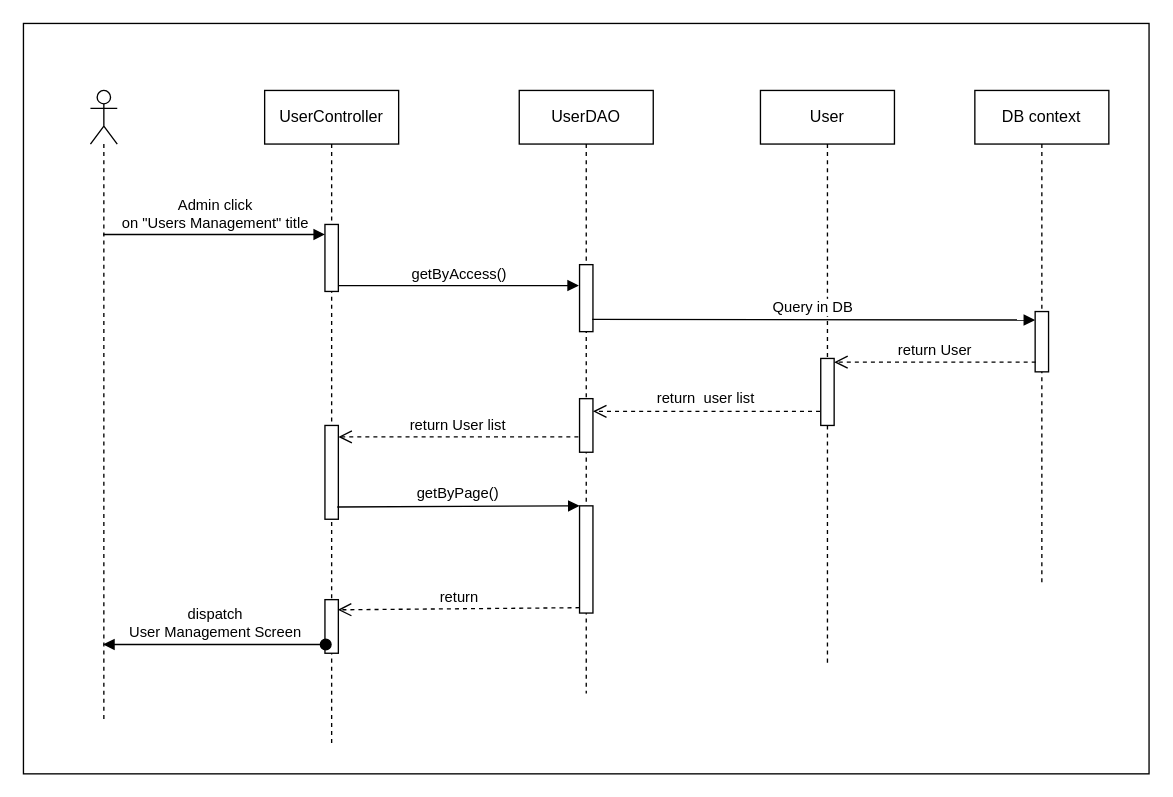
baspdd/desktop-tutorial keeps this draw.io diagram as page "Trang-2" (2 of 6) of te2.drawio. Above is the earlier version. Source tidied: cells renumbered, new cells numbered last; positions are measured from the earlier drawing's top-left corner, leaving out a move shared by most shapes. Both pictures are drawn from the tidied source at 134%, with x=0, y=0 at pixel (23, 23).
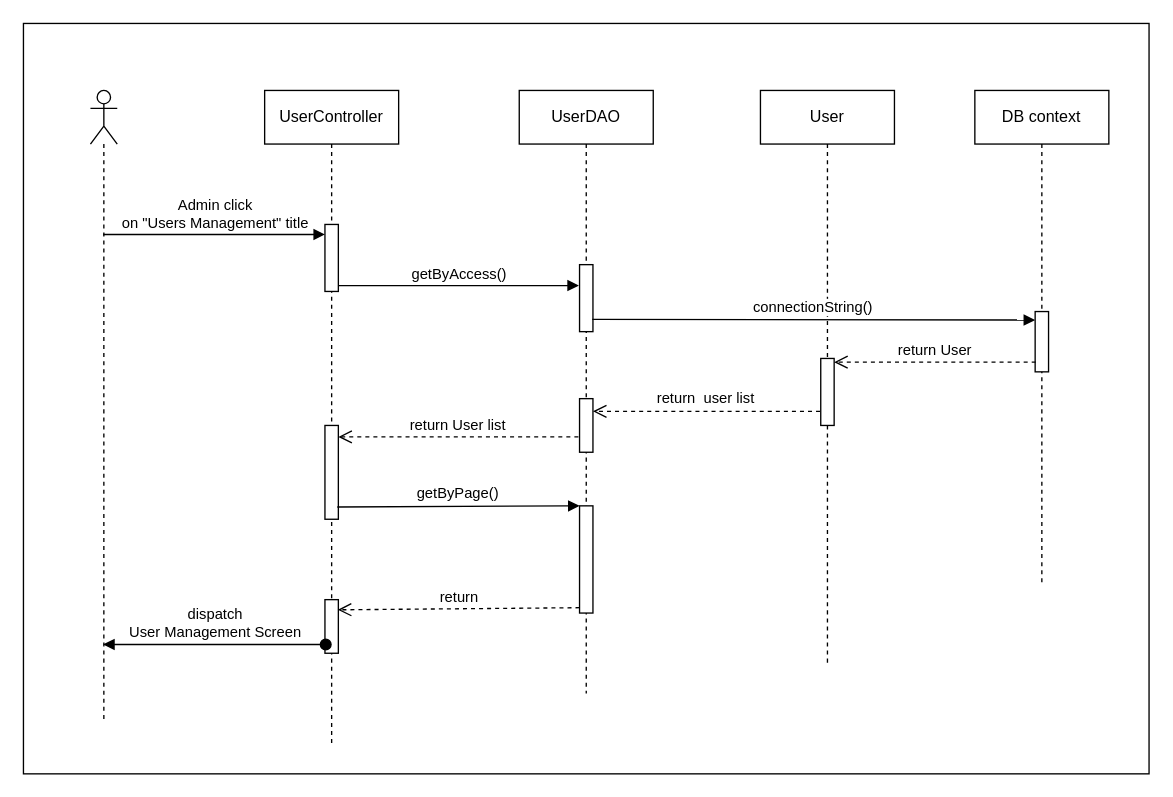
After the change.

The change refers to these unchanged cells:
```xml
<mxCell id="9" style="html=1;points=[];perimeter=orthogonalPerimeter;" parent="8" vertex="1">
  <mxGeometry x="45" y="130" width="10" height="50" as="geometry" />
</mxCell>
<mxCell id="15" style="html=1;points=[];perimeter=orthogonalPerimeter;" parent="14" vertex="1">
  <mxGeometry x="45" y="165" width="10" height="45" as="geometry" />
</mxCell>
```

What changed in the source:
```diff
@@
-    <mxCell id="18" value="Query in DB" style="html=1;verticalAlign=bottom;endArrow=block;rounded=0;exitX=0.948;exitY=0.817;exitDx=0;exitDy=0;exitPerimeter=0;entryX=-0.005;entryY=0.141;entryDx=0;entryDy=0;entryPerimeter=0;" parent="1" edge="1" source="9" target="15">
+    <mxCell id="18" value="connectionString()" style="html=1;verticalAlign=bottom;endArrow=block;rounded=0;exitX=0.948;exitY=0.817;exitDx=0;exitDy=0;exitPerimeter=0;entryX=-0.005;entryY=0.141;entryDx=0;entryDy=0;entryPerimeter=0;" parent="1" edge="1" source="9" target="15">
       <mxGeometry relative="1" as="geometry" />
     </mxCell>
```
